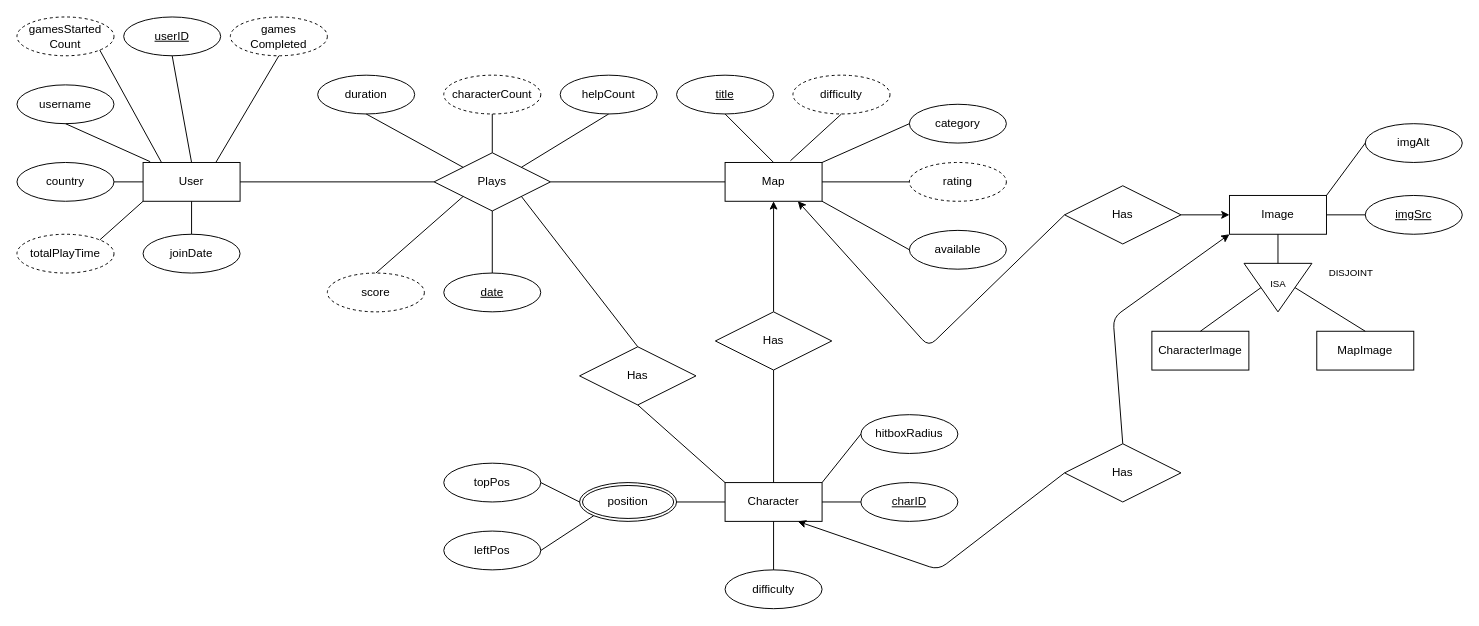
Before: photo-tagging/erd.drawio in creme332/my-odin-projects, a draw.io diagram. Source tidied: cells renumbered, new cells numbered last; positions are measured from the earlier drawing's top-left corner, leaving out a move shared by most shapes. Both pictures are drawn from the tidied source at 97%, with x=0, y=0 at pixel (16, 16).
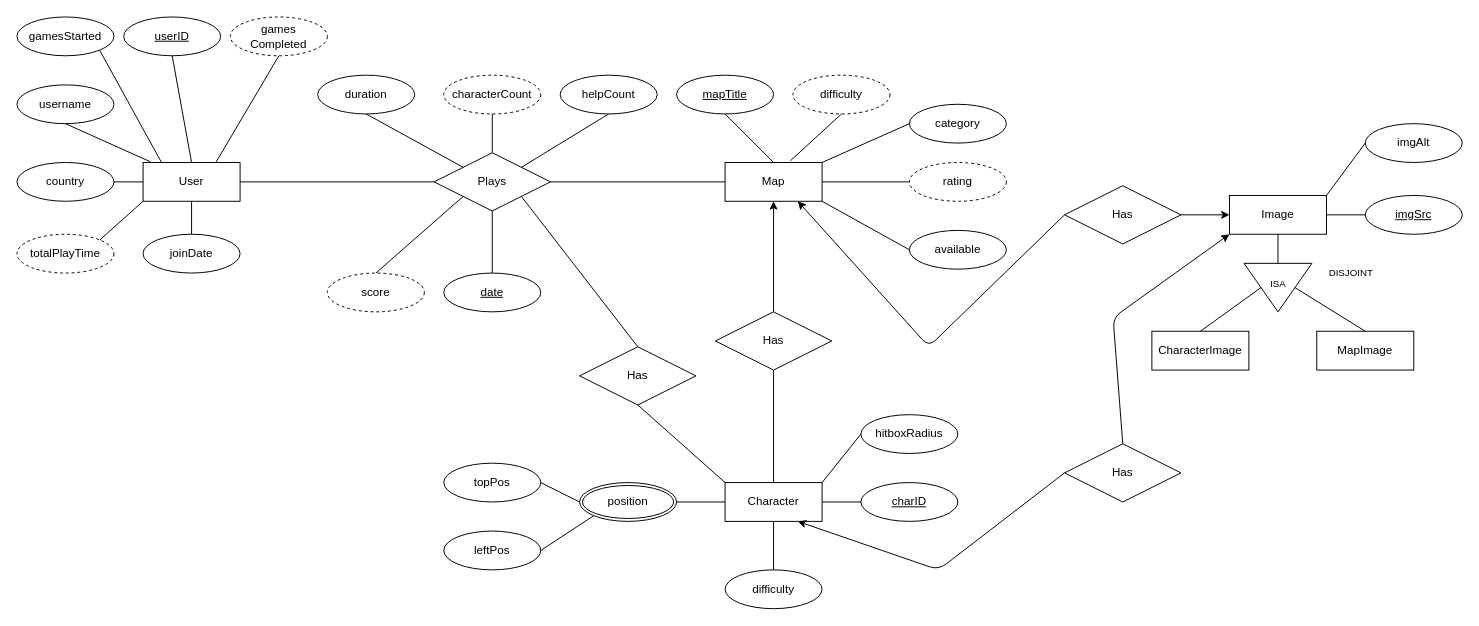
The same diagram, later.

The change refers to these unchanged cells:
```xml
<mxCell id="2" value="User" style="whiteSpace=wrap;html=1;align=center;" parent="1" vertex="1">
  <mxGeometry x="130" y="150" width="100" height="40" as="geometry" />
</mxCell>
```

Diff of the diagram source:
```diff
@@
-    <mxCell id="14" value="&lt;u&gt;title&lt;/u&gt;" style="ellipse;whiteSpace=wrap;html=1;align=center;" parent="1" vertex="1">
+    <mxCell id="14" value="&lt;u&gt;mapTitle&lt;/u&gt;" style="ellipse;whiteSpace=wrap;html=1;align=center;" parent="1" vertex="1">
       <mxGeometry x="680" y="60" width="100" height="40" as="geometry" />
     </mxCell>
@@
-    <mxCell id="30" value="gamesStarted&lt;br&gt;Count" style="ellipse;whiteSpace=wrap;html=1;align=center;dashed=1;" parent="1" vertex="1">
-      <mxGeometry width="100" height="40" as="geometry" />
-    </mxCell>
-    <mxCell id="31" style="endArrow=none;html=1;rounded=0;exitX=0.192;exitY=0.009;exitDx=0;exitDy=0;entryX=1;entryY=1;entryDx=0;entryDy=0;exitPerimeter=0;" parent="1" edge="1" source="2" target="30">
-      <mxGeometry relative="1" as="geometry" />
+    <mxCell id="31" style="endArrow=none;html=1;rounded=0;exitX=0.192;exitY=0.009;exitDx=0;exitDy=0;entryX=1;entryY=1;entryDx=0;entryDy=0;exitPerimeter=0;" parent="1" edge="1" source="2">
+      <mxGeometry relative="1" as="geometry">
+        <mxPoint x="85.2" y="34.2" as="targetPoint" />
+      </mxGeometry>
     </mxCell>
@@
+    <mxCell id="79" value="gamesStarted" style="ellipse;whiteSpace=wrap;html=1;align=center;" parent="1" vertex="1">
+      <mxGeometry width="100" height="40" as="geometry" />
+    </mxCell>
```
